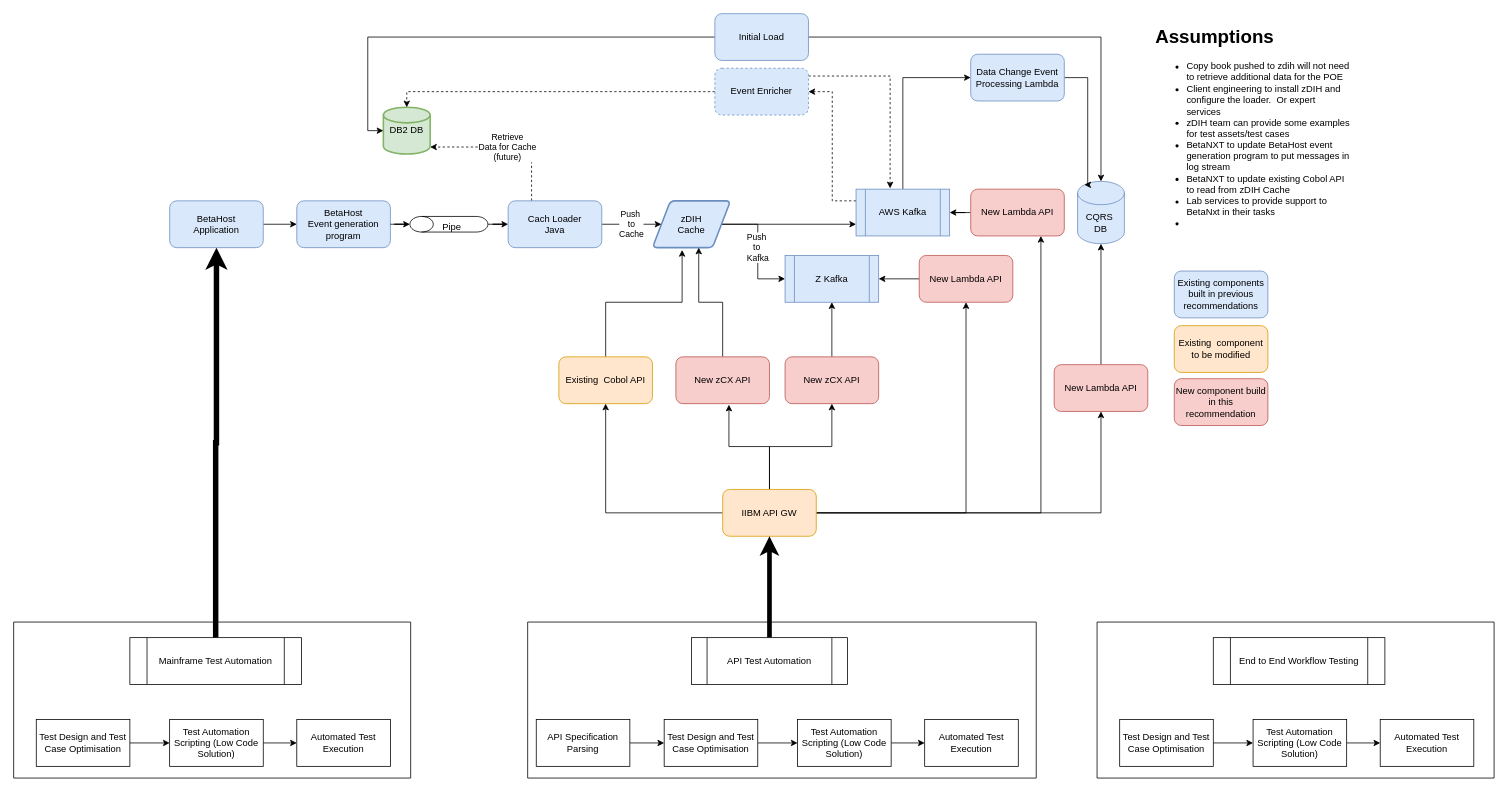
The draw.io diagram BetaNXT Test Automation.drawio in ilanjaya/TestCOE, before the edit. Source tidied: cells renumbered, new cells numbered last; positions are measured from the earlier drawing's top-left corner, leaving out a move shared by most shapes. Both pictures are drawn from the tidied source at 78%, with x=0, y=0 at pixel (13, 13).
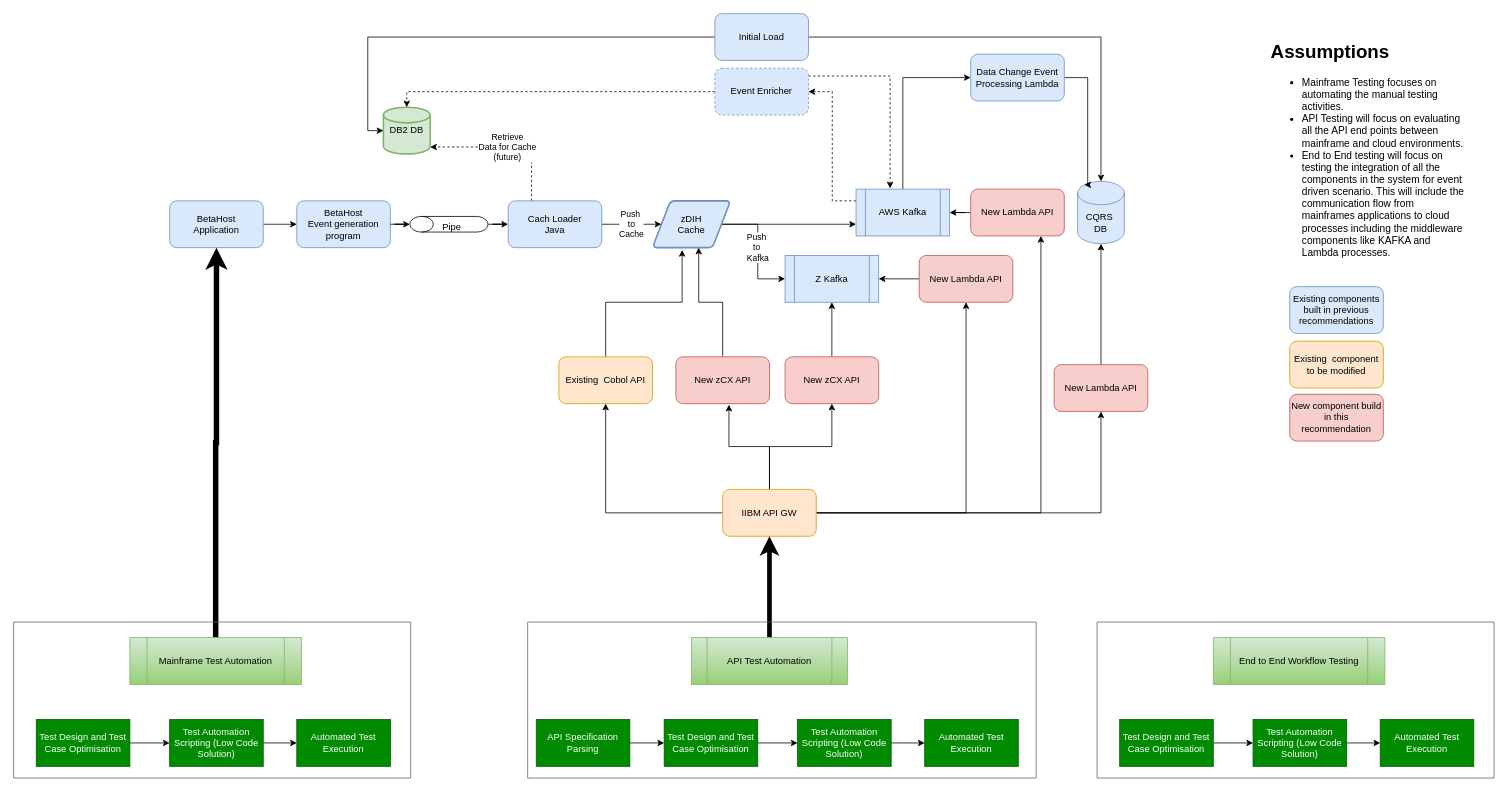
The same page after the edit.

Diff of the diagram source:
```diff
@@
     <mxCell id="41" value="Existing components built in previous recommendations" style="rounded=1;whiteSpace=wrap;html=1;fillColor=#dae8fc;strokeColor=#6c8ebf;fontColor=#000000;" parent="1" vertex="1">
-      <mxGeometry x="1488" y="330" width="120" height="60" as="geometry" />
+      <mxGeometry x="1636" y="350" width="120" height="60" as="geometry" />
     </mxCell>
     <mxCell id="42" value="Existing&amp;nbsp; component to be modified" style="rounded=1;whiteSpace=wrap;html=1;fillColor=#ffe6cc;strokeColor=#d79b00;fontColor=#000000;" parent="1" vertex="1">
-      <mxGeometry x="1488" y="400" width="120" height="60" as="geometry" />
+      <mxGeometry x="1636" y="420" width="120" height="60" as="geometry" />
     </mxCell>
     <mxCell id="43" value="New component build in this recommendation" style="rounded=1;whiteSpace=wrap;html=1;fillColor=#f8cecc;strokeColor=#b85450;fontColor=#000000;" parent="1" vertex="1">
-      <mxGeometry x="1488" y="468" width="120" height="60" as="geometry" />
+      <mxGeometry x="1636" y="488" width="120" height="60" as="geometry" />
     </mxCell>
@@
-    <mxCell id="49" value="&lt;h1&gt;Assumptions&lt;/h1&gt;&lt;p&gt;&lt;/p&gt;&lt;ul&gt;&lt;li&gt;Copy book pushed to zdih will not need to retrieve additional data for the POE&lt;/li&gt;&lt;li&gt;Client engineering to install zDIH and configure the loader.&amp;nbsp; Or expert services&lt;/li&gt;&lt;li&gt;zDIH team can provide some examples for test assets/test cases&lt;/li&gt;&lt;li&gt;BetaNXT to update BetaHost event generation program to put messages in log stream&lt;/li&gt;&lt;li&gt;BetaNXT to update existing Cobol API to read from zDIH Cache&lt;/li&gt;&lt;li&gt;Lab services to provide support to BetaNxt in their tasks&lt;/li&gt;&lt;li&gt;&lt;br&gt;&lt;/li&gt;&lt;/ul&gt;&lt;p&gt;&lt;/p&gt;" style="text;html=1;strokeColor=none;fillColor=none;spacing=5;spacingTop=-20;whiteSpace=wrap;overflow=hidden;rounded=0;" parent="1" vertex="1">
-      <mxGeometry x="1459" y="10" width="260" height="320" as="geometry" />
+    <mxCell id="49" value="&lt;h1&gt;Assumptions&lt;/h1&gt;&lt;p&gt;&lt;/p&gt;&lt;ul style=&quot;font-size: 13px;&quot;&gt;&lt;li&gt;Mainframe Testing focuses on automating the manual testing activities.&lt;/li&gt;&lt;li&gt;API Testing will focus on evaluating all the API end points between mainframe and cloud environments.&lt;/li&gt;&lt;li&gt;End to End testing will focus on testing the integration of all the components in the system for event driven scenario. This will include the communication flow from mainframes applications to cloud processes including the middleware components like KAFKA and Lambda processes.&lt;/li&gt;&lt;/ul&gt;&lt;p&gt;&lt;/p&gt;" style="text;html=1;strokeColor=none;fillColor=none;spacing=5;spacingTop=-20;whiteSpace=wrap;overflow=hidden;rounded=0;" parent="1" vertex="1">
+      <mxGeometry x="1607" y="30" width="260" height="320" as="geometry" />
     </mxCell>
@@
-    <mxCell id="53" value="Mainframe Test Automation" style="shape=process;whiteSpace=wrap;html=1;backgroundOutline=1;" parent="1" vertex="1">
+    <mxCell id="53" value="Mainframe Test Automation" style="shape=process;whiteSpace=wrap;html=1;backgroundOutline=1;fillColor=#d5e8d4;gradientColor=#97d077;strokeColor=#82b366;fontColor=#000000;" parent="1" vertex="1">
       <mxGeometry x="149" y="800" width="220" height="60" as="geometry" />
     </mxCell>
@@
-    <mxCell id="55" value="Test Design and Test Case Optimisation" style="rounded=0;whiteSpace=wrap;html=1;" parent="1" vertex="1">
+    <mxCell id="55" value="Test Design and Test Case Optimisation" style="rounded=0;whiteSpace=wrap;html=1;fillColor=#008a00;fontColor=#ffffff;strokeColor=#005700;" parent="1" vertex="1">
       <mxGeometry x="29" y="905" width="120" height="60" as="geometry" />
     </mxCell>
@@
-    <mxCell id="57" value="Test Automation Scripting (Low Code Solution)" style="rounded=0;whiteSpace=wrap;html=1;" parent="1" vertex="1">
+    <mxCell id="57" value="Test Automation Scripting (Low Code Solution)" style="rounded=0;whiteSpace=wrap;html=1;fillColor=#008a00;fontColor=#ffffff;strokeColor=#005700;" parent="1" vertex="1">
       <mxGeometry x="200" y="905" width="120" height="60" as="geometry" />
     </mxCell>
-    <mxCell id="58" value="Automated Test Execution" style="rounded=0;whiteSpace=wrap;html=1;" parent="1" vertex="1">
+    <mxCell id="58" value="Automated Test Execution" style="rounded=0;whiteSpace=wrap;html=1;fillColor=#008a00;fontColor=#ffffff;strokeColor=#005700;" parent="1" vertex="1">
       <mxGeometry x="363" y="905" width="120" height="60" as="geometry" />
     </mxCell>
@@
-    <mxCell id="61" value="Test Design and Test Case Optimisation" style="rounded=0;whiteSpace=wrap;html=1;" parent="1" vertex="1">
+    <mxCell id="61" value="Test Design and Test Case Optimisation" style="rounded=0;whiteSpace=wrap;html=1;fillColor=#008a00;fontColor=#ffffff;strokeColor=#005700;" parent="1" vertex="1">
       <mxGeometry x="834" y="905" width="120" height="60" as="geometry" />
     </mxCell>
@@
-    <mxCell id="63" value="Test Automation Scripting (Low Code Solution)" style="rounded=0;whiteSpace=wrap;html=1;" parent="1" vertex="1">
+    <mxCell id="63" value="Test Automation Scripting (Low Code Solution)" style="rounded=0;whiteSpace=wrap;html=1;fillColor=#008a00;fontColor=#ffffff;strokeColor=#005700;" parent="1" vertex="1">
       <mxGeometry x="1005" y="905" width="120" height="60" as="geometry" />
     </mxCell>
-    <mxCell id="64" value="Automated Test Execution" style="rounded=0;whiteSpace=wrap;html=1;" parent="1" vertex="1">
+    <mxCell id="64" value="Automated Test Execution" style="rounded=0;whiteSpace=wrap;html=1;fillColor=#008a00;fontColor=#ffffff;strokeColor=#005700;" parent="1" vertex="1">
       <mxGeometry x="1168" y="905" width="120" height="60" as="geometry" />
     </mxCell>
-    <mxCell id="65" style="swimlane;startSize=0;" parent="1" vertex="1">
+    <mxCell id="65" style="swimlane;startSize=0;fillColor=#808080;gradientColor=#808080;strokeColor=#666666;" parent="1" vertex="1">
       <mxGeometry y="780" width="509" height="200" as="geometry" />
     </mxCell>
-    <mxCell id="66" style="swimlane;startSize=0;" parent="1" vertex="1">
+    <mxCell id="66" style="swimlane;startSize=0;fillColor=#808080;gradientColor=#808080;strokeColor=#666666;" parent="1" vertex="1">
       <mxGeometry x="659" y="780" width="652" height="200" as="geometry" />
     </mxCell>
-    <mxCell id="67" value="API Test Automation" style="shape=process;whiteSpace=wrap;html=1;backgroundOutline=1;" parent="66" vertex="1">
+    <mxCell id="67" value="API Test Automation" style="shape=process;whiteSpace=wrap;html=1;backgroundOutline=1;fillColor=#d5e8d4;gradientColor=#97d077;strokeColor=#82b366;fontColor=#000000;" parent="66" vertex="1">
       <mxGeometry x="210" y="20" width="200" height="60" as="geometry" />
     </mxCell>
@@
-    <mxCell id="69" value="API Specification Parsing" style="rounded=0;whiteSpace=wrap;html=1;" parent="1" vertex="1">
+    <mxCell id="69" value="API Specification Parsing" style="rounded=0;whiteSpace=wrap;html=1;fillColor=#008a00;fontColor=#ffffff;strokeColor=#005700;" parent="1" vertex="1">
       <mxGeometry x="670" y="905" width="120" height="60" as="geometry" />
     </mxCell>
-    <mxCell id="70" value="End to End Workflow Testing" style="shape=process;whiteSpace=wrap;html=1;backgroundOutline=1;" parent="1" vertex="1">
+    <mxCell id="70" value="End to End Workflow Testing" style="shape=process;whiteSpace=wrap;html=1;backgroundOutline=1;fillColor=#d5e8d4;gradientColor=#97d077;strokeColor=#82b366;fontColor=#000000;" parent="1" vertex="1">
       <mxGeometry x="1538" y="800" width="220" height="60" as="geometry" />
     </mxCell>
@@
-    <mxCell id="72" value="Test Design and Test Case Optimisation" style="rounded=0;whiteSpace=wrap;html=1;" parent="1" vertex="1">
+    <mxCell id="72" value="Test Design and Test Case Optimisation" style="rounded=0;whiteSpace=wrap;html=1;fillColor=#008a00;fontColor=#ffffff;strokeColor=#005700;" parent="1" vertex="1">
       <mxGeometry x="1418" y="905" width="120" height="60" as="geometry" />
     </mxCell>
@@
-    <mxCell id="74" value="Test Automation Scripting (Low Code Solution)" style="rounded=0;whiteSpace=wrap;html=1;" parent="1" vertex="1">
+    <mxCell id="74" value="Test Automation Scripting (Low Code Solution)" style="rounded=0;whiteSpace=wrap;html=1;fillColor=#008a00;fontColor=#ffffff;strokeColor=#005700;" parent="1" vertex="1">
       <mxGeometry x="1589" y="905" width="120" height="60" as="geometry" />
     </mxCell>
-    <mxCell id="75" value="Automated Test Execution" style="rounded=0;whiteSpace=wrap;html=1;" parent="1" vertex="1">
+    <mxCell id="75" value="Automated Test Execution" style="rounded=0;whiteSpace=wrap;html=1;fillColor=#008a00;fontColor=#ffffff;strokeColor=#005700;" parent="1" vertex="1">
       <mxGeometry x="1752" y="905" width="120" height="60" as="geometry" />
     </mxCell>
-    <mxCell id="76" style="swimlane;startSize=0;" parent="1" vertex="1">
+    <mxCell id="76" style="swimlane;startSize=0;fillColor=#808080;gradientColor=#808080;strokeColor=#666666;" parent="1" vertex="1">
       <mxGeometry x="1389" y="780" width="509" height="200" as="geometry" />
     </mxCell>
```
